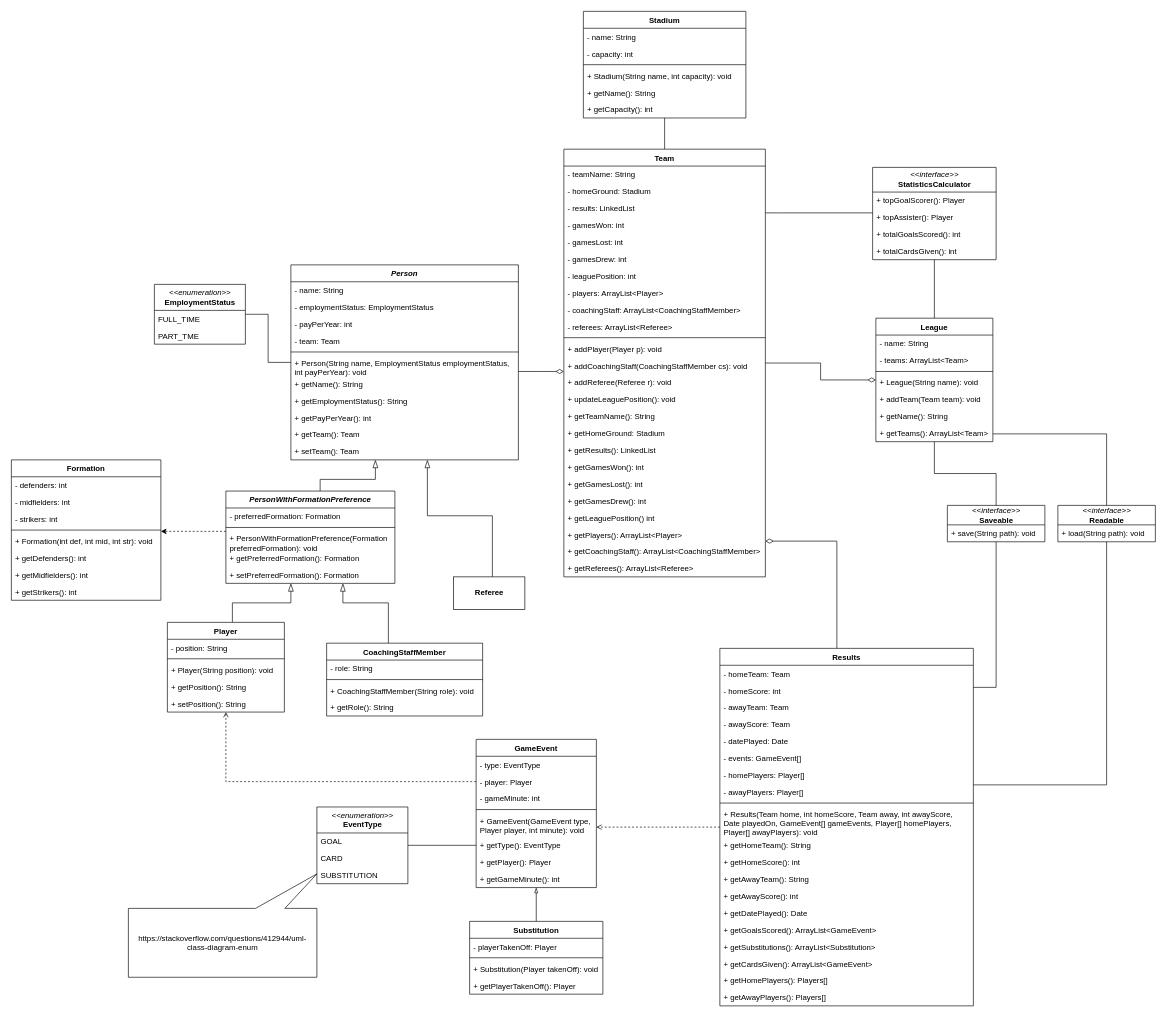
The draw.io diagram page "Detailed Class Diagram" (4 of 6) of Diagrams.drawio in JackSmith00/FootballManager, before the edit. Source tidied: cells renumbered, new cells numbered last; positions are measured from the earlier drawing's top-left corner, leaving out a move shared by most shapes. Both pictures are drawn from the tidied source at 65%, with x=0, y=0 at pixel (11, 11).
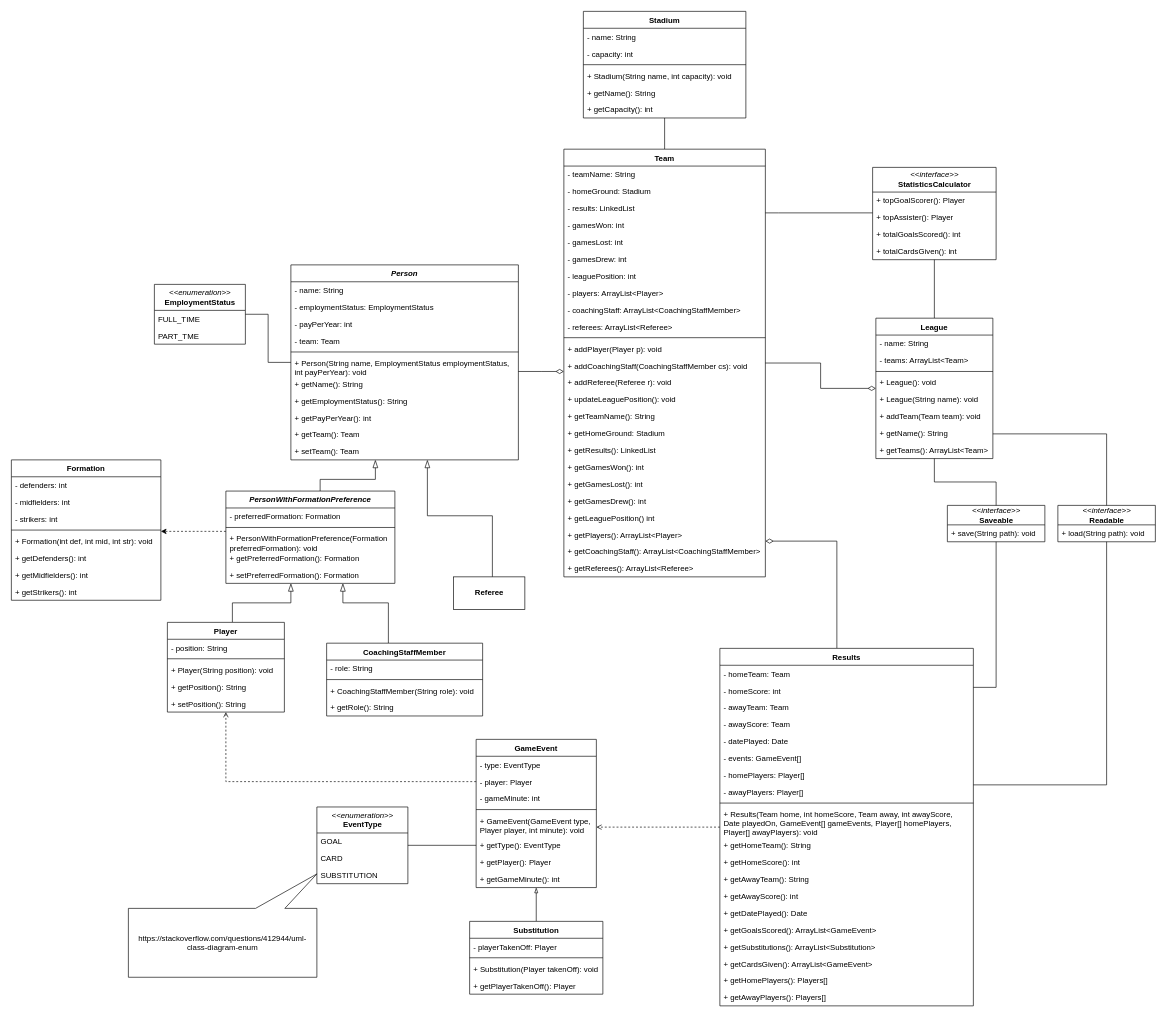
The same page after the edit.

Diff of the diagram source:
```diff
@@
     <mxCell id="78" value="League" style="swimlane;fontStyle=1;align=center;verticalAlign=top;horizontal=1;startSize=26;" parent="1" vertex="1">
-      <mxGeometry x="1330" y="472" width="180" height="190" as="geometry" />
+      <mxGeometry x="1330" y="472" width="180" height="216" as="geometry" />
     </mxCell>
@@
+    <mxCell id="154" value="+ League(): void" style="text;strokeColor=none;fillColor=none;align=left;verticalAlign=top;spacingLeft=4;spacingRight=4;overflow=hidden;" parent="78" vertex="1">
+      <mxGeometry y="86" width="180" height="26" as="geometry" />
+    </mxCell>
     <mxCell id="82" value="+ League(String name): void" style="text;strokeColor=none;fillColor=none;align=left;verticalAlign=top;spacingLeft=4;spacingRight=4;overflow=hidden;" parent="78" vertex="1">
-      <mxGeometry y="86" width="180" height="26" as="geometry" />
+      <mxGeometry y="112" width="180" height="26" as="geometry" />
     </mxCell>
     <mxCell id="83" value="+ addTeam(Team team): void" style="text;strokeColor=none;fillColor=none;align=left;verticalAlign=top;spacingLeft=4;spacingRight=4;overflow=hidden;" parent="78" vertex="1">
-      <mxGeometry y="112" width="180" height="26" as="geometry" />
+      <mxGeometry y="138" width="180" height="26" as="geometry" />
     </mxCell>
     <mxCell id="84" value="+ getName(): String" style="text;strokeColor=none;fillColor=none;align=left;verticalAlign=top;spacingLeft=4;spacingRight=4;overflow=hidden;" parent="78" vertex="1">
-      <mxGeometry y="138" width="180" height="26" as="geometry" />
+      <mxGeometry y="164" width="180" height="26" as="geometry" />
     </mxCell>
     <mxCell id="85" value="+ getTeams(): ArrayList&lt;Team&gt;" style="text;strokeColor=none;fillColor=none;align=left;verticalAlign=top;spacingLeft=4;spacingRight=4;overflow=hidden;" parent="78" vertex="1">
-      <mxGeometry y="164" width="180" height="26" as="geometry" />
+      <mxGeometry y="190" width="180" height="26" as="geometry" />
     </mxCell>
```
